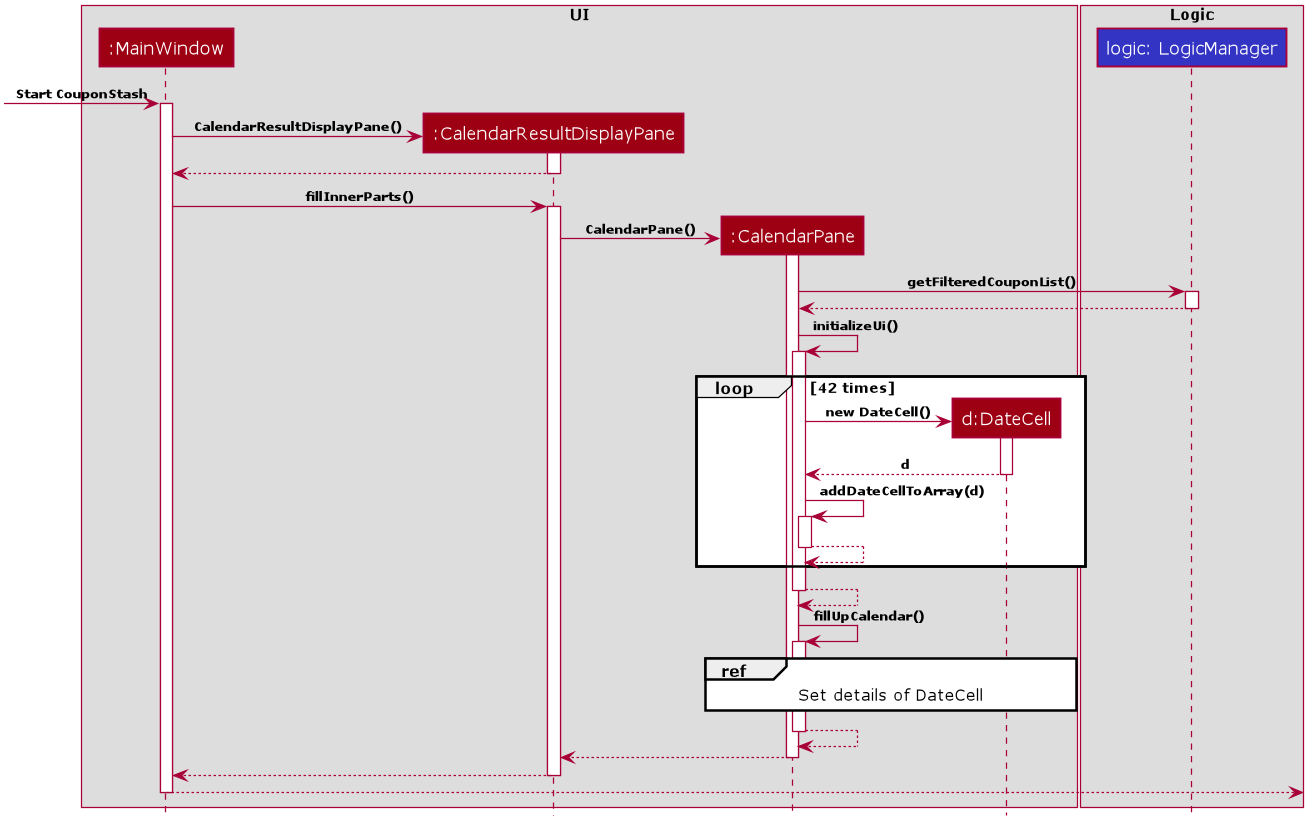
This is docs/images/CalendarSequenceDiagram.png from nus-cs2103-AY1920S2/addressbook-level3, a PlantUML export, as it was before one commit.
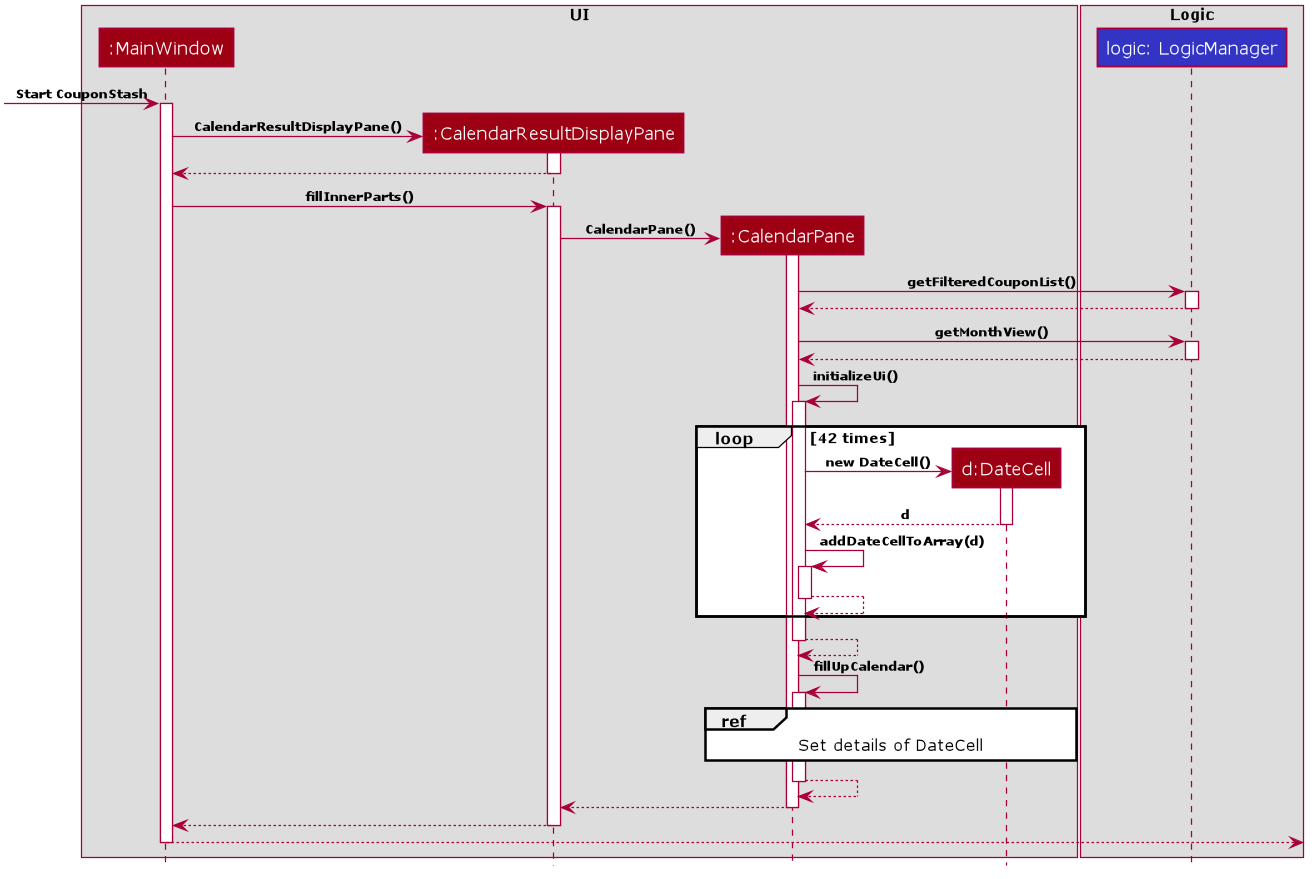
After the change.

Diff of the diagram source:
```diff
@@ -97,6 +97,11 @@
 Logic --> CalendarPane
 deactivate Logic
 
+CalendarPane -> Logic: getMonthView()
+activate Logic
+Logic --> CalendarPane
+deactivate Logic
+
 CalendarPane -> CalendarPane: initializeUi()
 activate CalendarPane
 
```
